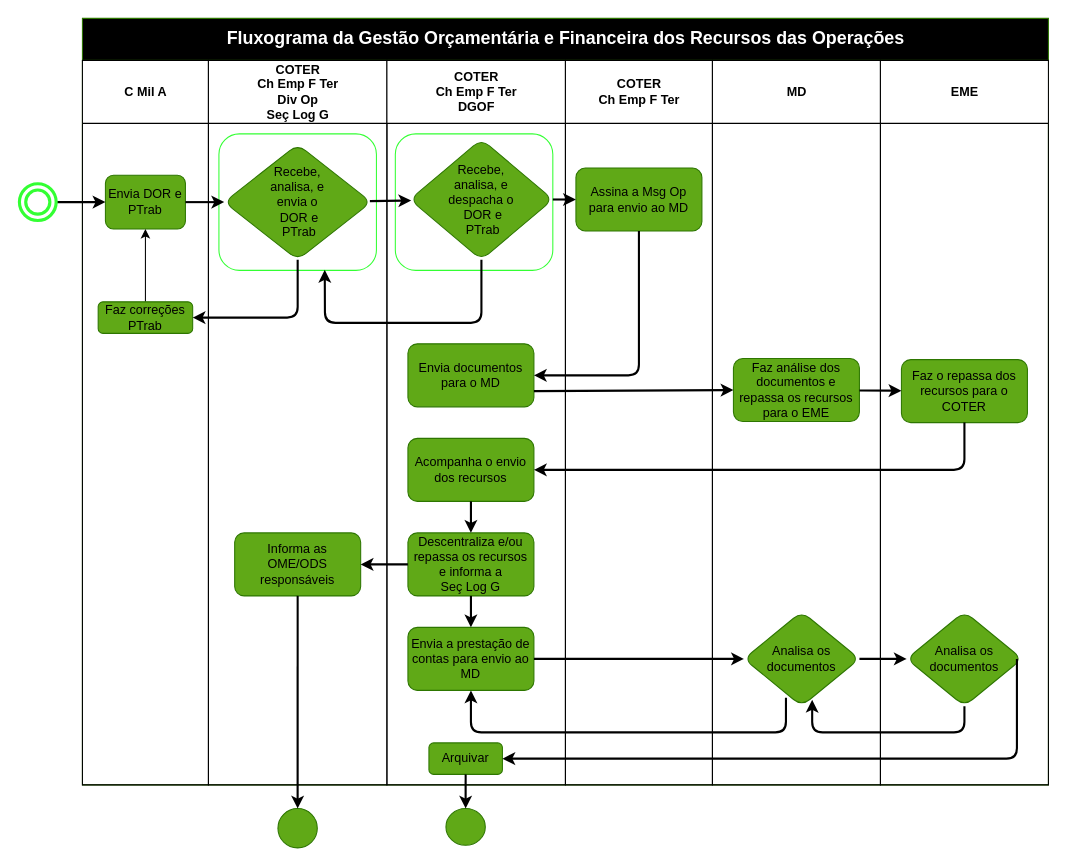
Above: Diagrama1.drawio in infopontes/siof (draw.io), before the change. Source tidied: cells renumbered, new cells numbered last; positions are measured from the earlier drawing's top-left corner, leaving out a move shared by most shapes. Both pictures are drawn from the tidied source at 105%, with x=0, y=0 at pixel (19, 18).
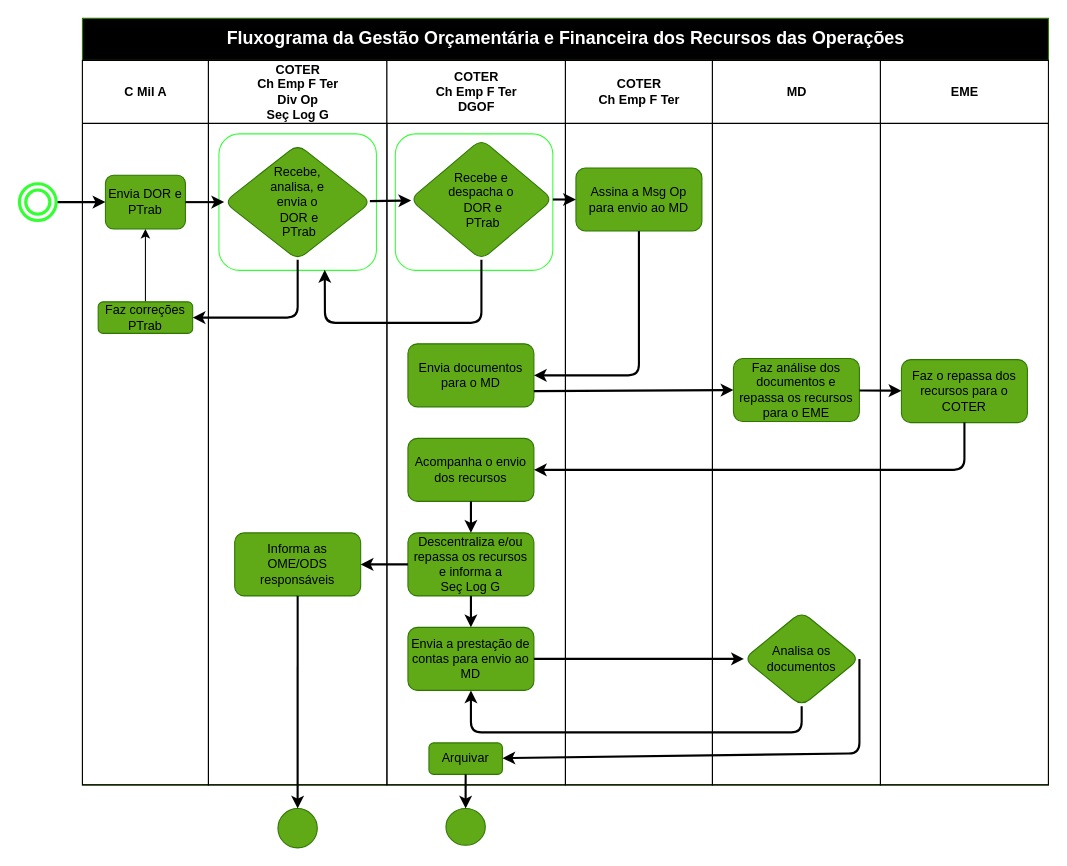
The same page after the edit.

Unchanged cells that the change refers to:
```xml
<mxCell id="2" value="&lt;font style=&quot;font-size: 17px&quot;&gt;Fluxograma da Gestão Orçamentária e Financeira dos Recursos das Operações&lt;/font&gt;" style="swimlane;startSize=40;rounded=0;shadow=0;sketch=0;html=1;fillColor=#000000;fontColor=#ffffff;fontSize=17;strokeColor=#2D7600;strokeWidth=1;" parent="1" vertex="1">
  <mxGeometry x="60" width="920" height="730" as="geometry" />
</mxCell>
<mxCell id="11" value="COTER&lt;br&gt;Ch Emp F Ter&lt;br&gt;DGOF" style="swimlane;startSize=60;rounded=0;shadow=0;sketch=0;html=1;strokeWidth=1;" parent="2" vertex="1">
  <mxGeometry x="290" y="40" width="170" height="690" as="geometry" />
</mxCell>
<mxCell id="18" value="&lt;font color=&quot;#000000&quot;&gt;Envia a prestação de contas para envio ao MD&lt;/font&gt;" style="whiteSpace=wrap;html=1;fillColor=#60a917;strokeColor=#2D7600;fontColor=#ffffff;rounded=1;shadow=0;sketch=0;glass=0;" parent="11" vertex="1">
  <mxGeometry x="20" y="540" width="120" height="60" as="geometry" />
</mxCell>
<mxCell id="20" value="&lt;font color=&quot;#000000&quot;&gt;Arquivar&lt;/font&gt;" style="whiteSpace=wrap;html=1;fillColor=#60a917;strokeColor=#2D7600;fontColor=#ffffff;rounded=1;shadow=0;sketch=0;glass=0;" parent="11" vertex="1">
  <mxGeometry x="40" y="650" width="70" height="30" as="geometry" />
</mxCell>
<mxCell id="32" value="&lt;font color=&quot;#000000&quot;&gt;Analisa os documentos&lt;/font&gt;" style="rhombus;whiteSpace=wrap;html=1;fillColor=#60a917;strokeColor=#2D7600;fontColor=#ffffff;rounded=1;shadow=0;sketch=0;glass=0;" parent="30" vertex="1">
  <mxGeometry x="30" y="525" width="110" height="90" as="geometry" />
</mxCell>
<mxCell id="33" value="EME" style="swimlane;startSize=60;rounded=0;shadow=0;sketch=0;html=1;" parent="2" vertex="1">
  <mxGeometry x="760" y="40" width="160" height="690" as="geometry" />
</mxCell>
```

The edit, as a diff of the source:
```diff
@@
-    <mxCell id="13" value="&lt;font color=&quot;#000000&quot;&gt;&lt;span&gt;Recebe,&lt;/span&gt;&lt;br&gt;&lt;span&gt;analisa, e&lt;/span&gt;&lt;br&gt;&lt;span&gt;despacha o&lt;/span&gt;&lt;br&gt;&lt;span&gt;&amp;nbsp;DOR e&lt;/span&gt;&lt;br&gt;&lt;span&gt;&amp;nbsp;PTrab&lt;/span&gt;&lt;/font&gt;" style="rhombus;whiteSpace=wrap;html=1;fillColor=#60a917;strokeColor=#2D7600;fontColor=#ffffff;rounded=1;shadow=0;sketch=0;glass=0;" parent="11" vertex="1">
+    <mxCell id="13" value="&lt;font color=&quot;#000000&quot;&gt;&lt;span&gt;Recebe&amp;nbsp;&lt;/span&gt;&lt;span&gt;e&lt;/span&gt;&lt;br&gt;&lt;span&gt;despacha o&lt;/span&gt;&lt;br&gt;&lt;span&gt;&amp;nbsp;DOR e&lt;/span&gt;&lt;br&gt;&lt;span&gt;&amp;nbsp;PTrab&lt;/span&gt;&lt;/font&gt;" style="rhombus;whiteSpace=wrap;html=1;fillColor=#60a917;strokeColor=#2D7600;fontColor=#ffffff;rounded=1;shadow=0;sketch=0;glass=0;" parent="11" vertex="1">
       <mxGeometry x="22" y="75" width="136" height="115" as="geometry" />
     </mxCell>
@@
-    <mxCell id="35" value="&lt;font color=&quot;#000000&quot;&gt;Analisa os documentos&lt;/font&gt;" style="rhombus;whiteSpace=wrap;html=1;fillColor=#60a917;strokeColor=#2D7600;fontColor=#ffffff;rounded=1;shadow=0;sketch=0;glass=0;" parent="33" vertex="1">
-      <mxGeometry x="25" y="525" width="110" height="90" as="geometry" />
-    </mxCell>
@@
-    <mxCell id="39" style="edgeStyle=none;html=1;entryX=0.5;entryY=1;entryDx=0;entryDy=0;fontColor=#000000;exitX=0.364;exitY=0.911;exitDx=0;exitDy=0;exitPerimeter=0;strokeWidth=2;" parent="2" edge="1" source="32" target="18">
+    <mxCell id="39" style="edgeStyle=none;html=1;entryX=0.5;entryY=1;entryDx=0;entryDy=0;fontColor=#000000;exitX=0.5;exitY=1;exitDx=0;exitDy=0;strokeWidth=2;" parent="2" edge="1" source="32" target="18">
       <mxGeometry relative="1" as="geometry">
         <Array as="points">
-          <mxPoint x="670" y="680" />
+          <mxPoint x="685" y="680" />
           <mxPoint x="370" y="680" />
         </Array>
       </mxGeometry>
     </mxCell>
-    <mxCell id="40" style="edgeStyle=none;html=1;entryX=0;entryY=0.5;entryDx=0;entryDy=0;fontColor=#000000;strokeWidth=2;" parent="2" edge="1" source="32" target="35">
-      <mxGeometry relative="1" as="geometry" />
-    </mxCell>
-    <mxCell id="41" style="edgeStyle=none;html=1;entryX=0.591;entryY=0.933;entryDx=0;entryDy=0;fontColor=#000000;exitX=0.5;exitY=1;exitDx=0;exitDy=0;entryPerimeter=0;strokeWidth=2;" parent="2" edge="1" source="35" target="32">
-      <mxGeometry relative="1" as="geometry">
-        <Array as="points">
-          <mxPoint x="840" y="680" />
-          <mxPoint x="695" y="680" />
-        </Array>
-      </mxGeometry>
-    </mxCell>
-    <mxCell id="42" style="edgeStyle=none;html=1;fontColor=#000000;strokeWidth=2;" parent="2" edge="1" target="20">
+    <mxCell id="42" style="edgeStyle=none;html=1;fontColor=#000000;strokeWidth=2;exitX=1;exitY=0.5;exitDx=0;exitDy=0;" parent="2" edge="1" source="32" target="20">
       <mxGeometry relative="1" as="geometry">
-        <mxPoint x="890" y="610" as="sourcePoint" />
         <Array as="points">
-          <mxPoint x="890" y="705" />
+          <mxPoint x="740" y="700" />
         </Array>
       </mxGeometry>
     </mxCell>
```
